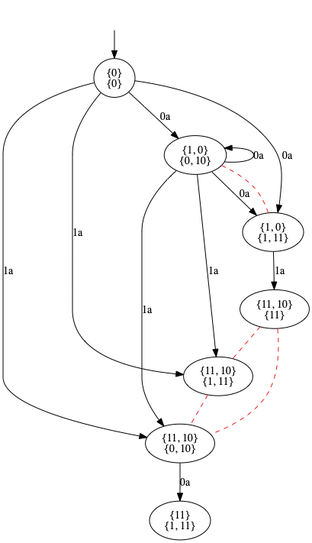
This is pictures/GK0.png from olandr/mkbsc, a Graphviz export, as it was before one commit. Its source is kept beside it as pictures/GK0.dot.
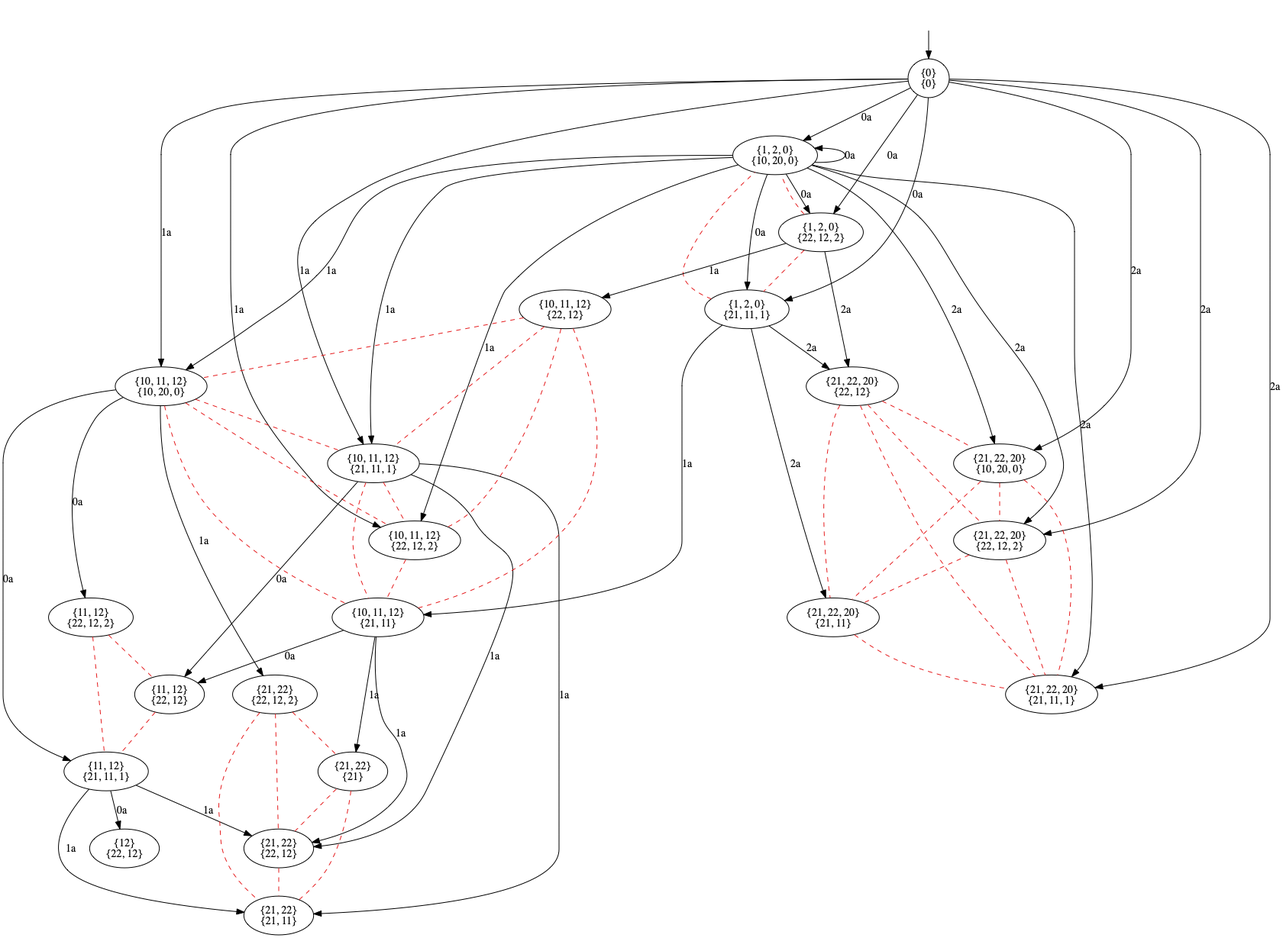
After the commit.

What changed in the source:
```diff
@@ -3,27 +3,95 @@
 nodesep=0.5;
 ranksep=0.5;
 splines=True;
-4552396136 [label="{0}\n{0}"];
-4552394680 [label="{1, 0}\n{0, 10}"];
-4552395744 [label="{11, 10}\n{0, 10}"];
-4552394456 [label="{1, 0}\n{1, 11}"];
-4552664904 [label="{11, 10}\n{1, 11}"];
-4552666976 [label="{11}\n{1, 11}"];
-4552665128 [label="{11, 10}\n{11}"];
+4645279784 [label="{0}\n{0}"];
+4645281128 [label="{1, 2, 0}\n{10, 20, 0}"];
+4645281408 [label="{10, 11, 12}\n{10, 20, 0}"];
+4645280568 [label="{21, 22, 20}\n{10, 20, 0}"];
+4645281744 [label="{1, 2, 0}\n{21, 11, 1}"];
+4645280512 [label="{10, 11, 12}\n{21, 11, 1}"];
+4645280736 [label="{21, 22, 20}\n{21, 11, 1}"];
+4645279840 [label="{1, 2, 0}\n{22, 12, 2}"];
+4645279504 [label="{10, 11, 12}\n{22, 12, 2}"];
+4645280624 [label="{21, 22, 20}\n{22, 12, 2}"];
+4645250552 [label="{11, 12}\n{21, 11, 1}"];
+4645249712 [label="{11, 12}\n{22, 12, 2}"];
+4645250832 [label="{21, 22}\n{22, 12, 2}"];
+4645250944 [label="{10, 11, 12}\n{21, 11}"];
+4645251504 [label="{21, 22, 20}\n{21, 11}"];
+4645251616 [label="{21, 22, 20}\n{22, 12}"];
+4645251168 [label="{21, 22}\n{21, 11}"];
+4645251896 [label="{11, 12}\n{22, 12}"];
+4645251784 [label="{21, 22}\n{22, 12}"];
+4645252120 [label="{10, 11, 12}\n{22, 12}"];
+4645251672 [label="{12}\n{22, 12}"];
+4645252512 [label="{21, 22}\n{21}"];
 hidden [label="", shape=none];
-4552396136 -> 4552394680  [action="('0a',)", key="('0a',)", label="0a"];
-4552396136 -> 4552395744  [action="('1a',)", key="('1a',)", label="1a"];
-4552396136 -> 4552394456  [action="('0a',)", key="('0a',)", label="0a"];
-4552396136 -> 4552664904  [action="('1a',)", key="('1a',)", label="1a"];
-4552394680 -> 4552394680  [action="('0a',)", dir=back, key="('0a',)", label="0a"];
-4552394680 -> 4552395744  [action="('1a',)", key="('1a',)", label="1a"];
-4552394680 -> 4552394456  [action="('0a',)", key="('0a',)", label="0a"];
-4552394680 -> 4552394456  [arrowhead=none, color=1, colorscheme=set19, constraint=True, key=1, label="", style=dashed];
-4552394680 -> 4552664904  [action="('1a',)", key="('1a',)", label="1a"];
-4552395744 -> 4552666976  [action="('0a',)", key="('0a',)", label="0a"];
-4552394456 -> 4552665128  [action="('1a',)", key="('1a',)", label="1a"];
-4552664904 -> 4552395744  [arrowhead=none, color=1, colorscheme=set19, constraint=True, key=0, label="", style=dashed];
-4552665128 -> 4552664904  [arrowhead=none, color=1, colorscheme=set19, constraint=True, key=0, label="", style=dashed];
-4552665128 -> 4552395744  [arrowhead=none, color=1, colorscheme=set19, constraint=True, key=0, label="", style=dashed];
-hidden -> 4552396136  [key=0];
+4645279784 -> 4645281128  [action="('0a',)", key="('0a',)", label="0a"];
+4645279784 -> 4645281408  [action="('1a',)", key="('1a',)", label="1a"];
+4645279784 -> 4645280568  [action="('2a',)", key="('2a',)", label="2a"];
+4645279784 -> 4645281744  [action="('0a',)", key="('0a',)", label="0a"];
+4645279784 -> 4645280512  [action="('1a',)", key="('1a',)", label="1a"];
+4645279784 -> 4645280736  [action="('2a',)", key="('2a',)", label="2a"];
+4645279784 -> 4645279840  [action="('0a',)", key="('0a',)", label="0a"];
+4645279784 -> 4645279504  [action="('1a',)", key="('1a',)", label="1a"];
+4645279784 -> 4645280624  [action="('2a',)", key="('2a',)", label="2a"];
+4645281128 -> 4645281128  [action="('0a',)", dir=back, key="('0a',)", label="0a"];
+4645281128 -> 4645281408  [action="('1a',)", key="('1a',)", label="1a"];
+4645281128 -> 4645280568  [action="('2a',)", key="('2a',)", label="2a"];
+4645281128 -> 4645281744  [action="('0a',)", key="('0a',)", label="0a"];
+4645281128 -> 4645280512  [action="('1a',)", key="('1a',)", label="1a"];
+4645281128 -> 4645280736  [action="('2a',)", key="('2a',)", label="2a"];
+4645281128 -> 4645279840  [action="('0a',)", key="('0a',)", label="0a"];
+4645281128 -> 4645279504  [action="('1a',)", key="('1a',)", label="1a"];
+4645281128 -> 4645280624  [action="('2a',)", key="('2a',)", label="2a"];
+4645281408 -> 4645250552  [action="('0a',)", key="('0a',)", label="0a"];
+4645281408 -> 4645249712  [action="('0a',)", key="('0a',)", label="0a"];
+4645281408 -> 4645250832  [action="('1a',)", key="('1a',)", label="1a"];
+4645281408 -> 4645280512  [arrowhead=none, color=1, colorscheme=set19, constraint=True, key=0, label="", style=dashed];
+4645281408 -> 4645279504  [arrowhead=none, color=1, colorscheme=set19, constraint=True, key=0, label="", style=dashed];
+4645281408 -> 4645250944  [arrowhead=none, color=1, colorscheme=set19, constraint=True, key=0, label="", style=dashed];
+4645280568 -> 4645280624  [arrowhead=none, color=1, colorscheme=set19, constraint=True, key=0, label="", style=dashed];
+4645280568 -> 4645251504  [arrowhead=none, color=1, colorscheme=set19, constraint=True, key=0, label="", style=dashed];
+4645280568 -> 4645280736  [arrowhead=none, color=1, colorscheme=set19, constraint=True, key=0, label="", style=dashed];
+4645281744 -> 4645250944  [action="('1a',)", key="('1a',)", label="1a"];
+4645281744 -> 4645251504  [action="('2a',)", key="('2a',)", label="2a"];
+4645281744 -> 4645251616  [action="('2a',)", key="('2a',)", label="2a"];
+4645281744 -> 4645281128  [arrowhead=none, color=1, colorscheme=set19, constraint=True, key=0, label="", style=dashed];
+4645280512 -> 4645251168  [action="('1a',)", key="('1a',)", label="1a"];
+4645280512 -> 4645251896  [action="('0a',)", key="('0a',)", label="0a"];
+4645280512 -> 4645251784  [action="('1a',)", key="('1a',)", label="1a"];
+4645280512 -> 4645279504  [arrowhead=none, color=1, colorscheme=set19, constraint=True, key=0, label="", style=dashed];
+4645280512 -> 4645250944  [arrowhead=none, color=1, colorscheme=set19, constraint=True, key=0, label="", style=dashed];
+4645279840 -> 4645252120  [action="('1a',)", key="('1a',)", label="1a"];
+4645279840 -> 4645251616  [action="('2a',)", key="('2a',)", label="2a"];
+4645279840 -> 4645281744  [arrowhead=none, color=1, colorscheme=set19, constraint=True, key=0, label="", style=dashed];
+4645279840 -> 4645281128  [arrowhead=none, color=1, colorscheme=set19, constraint=True, key=0, label="", style=dashed];
+4645279504 -> 4645250944  [arrowhead=none, color=1, colorscheme=set19, constraint=True, key=0, label="", style=dashed];
+4645280624 -> 4645251504  [arrowhead=none, color=1, colorscheme=set19, constraint=True, key=0, label="", style=dashed];
+4645280624 -> 4645280736  [arrowhead=none, color=1, colorscheme=set19, constraint=True, key=0, label="", style=dashed];
+4645250552 -> 4645251168  [action="('1a',)", key="('1a',)", label="1a"];
+4645250552 -> 4645251672  [action="('0a',)", key="('0a',)", label="0a"];
+4645250552 -> 4645251784  [action="('1a',)", key="('1a',)", label="1a"];
+4645249712 -> 4645251896  [arrowhead=none, color=1, colorscheme=set19, constraint=True, key=0, label="", style=dashed];
+4645249712 -> 4645250552  [arrowhead=none, color=1, colorscheme=set19, constraint=True, key=0, label="", style=dashed];
+4645250832 -> 4645252512  [arrowhead=none, color=1, colorscheme=set19, constraint=True, key=0, label="", style=dashed];
+4645250832 -> 4645251784  [arrowhead=none, color=1, colorscheme=set19, constraint=True, key=0, label="", style=dashed];
+4645250832 -> 4645251168  [arrowhead=none, color=1, colorscheme=set19, constraint=True, key=0, label="", style=dashed];
+4645250944 -> 4645252512  [action="('1a',)", key="('1a',)", label="1a"];
+4645250944 -> 4645251896  [action="('0a',)", key="('0a',)", label="0a"];
+4645250944 -> 4645251784  [action="('1a',)", key="('1a',)", label="1a"];
+4645251504 -> 4645280736  [arrowhead=none, color=1, colorscheme=set19, constraint=True, key=0, label="", style=dashed];
+4645251616 -> 4645280568  [arrowhead=none, color=1, colorscheme=set19, constraint=True, key=0, label="", style=dashed];
+4645251616 -> 4645280624  [arrowhead=none, color=1, colorscheme=set19, constraint=True, key=0, label="", style=dashed];
+4645251616 -> 4645251504  [arrowhead=none, color=1, colorscheme=set19, constraint=True, key=0, label="", style=dashed];
+4645251616 -> 4645280736  [arrowhead=none, color=1, colorscheme=set19, constraint=True, key=0, label="", style=dashed];
+4645251896 -> 4645250552  [arrowhead=none, color=1, colorscheme=set19, constraint=True, key=0, label="", style=dashed];
+4645251784 -> 4645251168  [arrowhead=none, color=1, colorscheme=set19, constraint=True, key=0, label="", style=dashed];
+4645252120 -> 4645281408  [arrowhead=none, color=1, colorscheme=set19, constraint=True, key=0, label="", style=dashed];
+4645252120 -> 4645280512  [arrowhead=none, color=1, colorscheme=set19, constraint=True, key=0, label="", style=dashed];
+4645252120 -> 4645279504  [arrowhead=none, color=1, colorscheme=set19, constraint=True, key=0, label="", style=dashed];
+4645252120 -> 4645250944  [arrowhead=none, color=1, colorscheme=set19, constraint=True, key=0, label="", style=dashed];
+4645252512 -> 4645251784  [arrowhead=none, color=1, colorscheme=set19, constraint=True, key=0, label="", style=dashed];
+4645252512 -> 4645251168  [arrowhead=none, color=1, colorscheme=set19, constraint=True, key=0, label="", style=dashed];
+hidden -> 4645279784  [key=0];
 }
```
